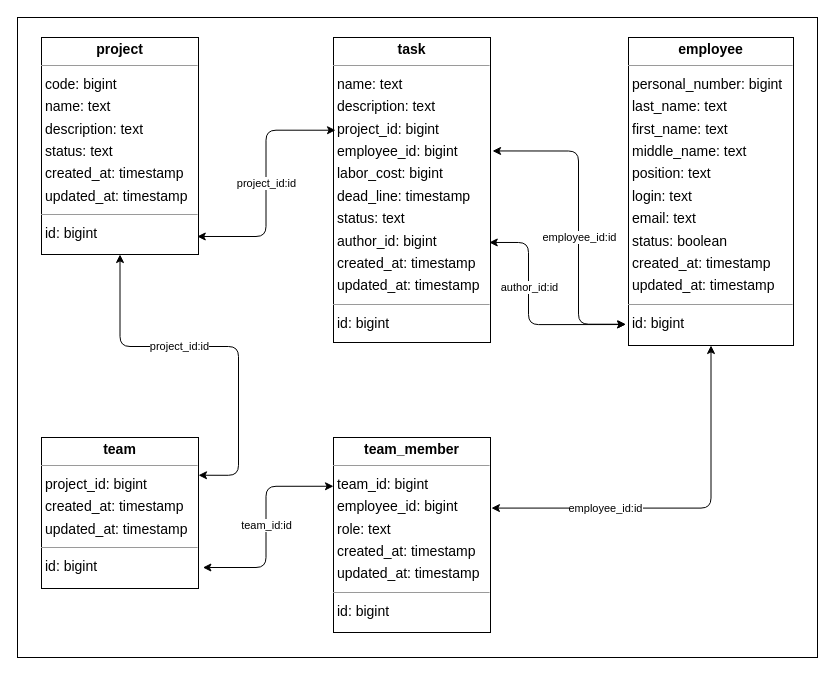
PavelNaymovets/project_management_system keeps this draw.io diagram as doc/arch/database/drawio/physical diagram.drawio. Above is the earlier version. Source tidied: cells renumbered, new cells numbered last; positions are measured from the earlier drawing's top-left corner, leaving out a move shared by most shapes. Both pictures are drawn from the tidied source at 100%, with x=0, y=0 at pixel (17, 17).
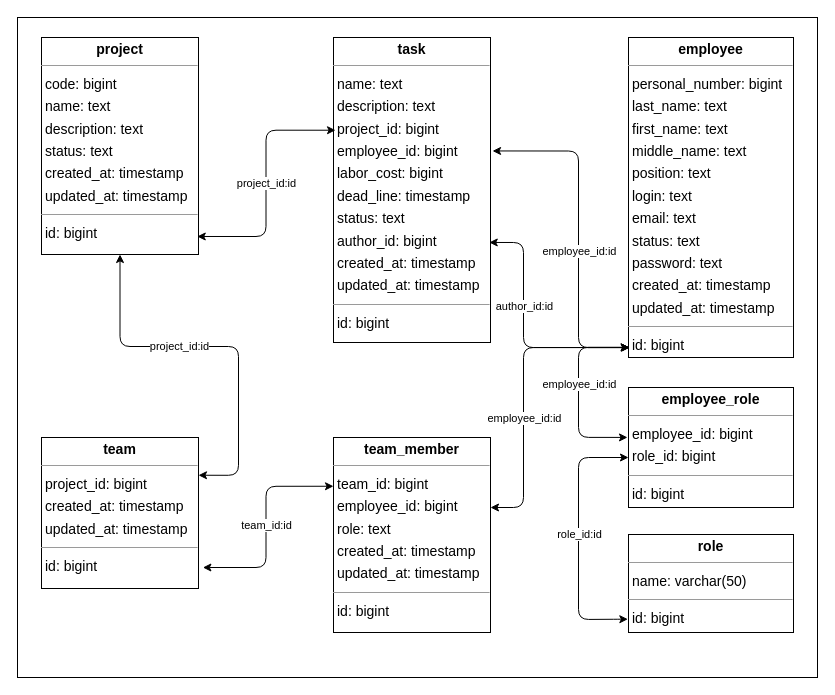
The same page after the edit.

The change refers to these unchanged cells:
```xml
<mxCell id="5" value="&lt;p style=&quot;margin:0px;margin-top:4px;text-align:center;&quot;&gt;&lt;b&gt;task&lt;/b&gt;&lt;/p&gt;&lt;hr size=&quot;1&quot;/&gt;&lt;p style=&quot;margin:0 0 0 4px;line-height:1.6;&quot;&gt; name: text&lt;br/&gt; description: text&lt;br/&gt; project_id: bigint&lt;br/&gt; employee_id: bigint&lt;br/&gt; labor_cost: bigint&lt;br/&gt; dead_line: timestamp&lt;br/&gt; status: text&lt;br/&gt; author_id: bigint&lt;br/&gt; created_at: timestamp&lt;br/&gt; updated_at: timestamp&lt;/p&gt;&lt;hr size=&quot;1&quot;/&gt;&lt;p style=&quot;margin:0 0 0 4px;line-height:1.6;&quot;&gt; id: bigint&lt;/p&gt;" style="verticalAlign=top;align=left;overflow=fill;fontSize=14;fontFamily=Helvetica;html=1;rounded=0;shadow=0;comic=0;labelBackgroundColor=none;strokeWidth=1;" parent="1" vertex="1">
  <mxGeometry x="316" y="20" width="157" height="305" as="geometry" />
</mxCell>
<mxCell id="7" value="&lt;p style=&quot;margin:0px;margin-top:4px;text-align:center;&quot;&gt;&lt;b&gt;team_member&lt;/b&gt;&lt;/p&gt;&lt;hr size=&quot;1&quot;/&gt;&lt;p style=&quot;margin:0 0 0 4px;line-height:1.6;&quot;&gt; team_id: bigint&lt;br/&gt; employee_id: bigint&lt;br/&gt; role: text&lt;br/&gt; created_at: timestamp&lt;br/&gt; updated_at: timestamp&lt;/p&gt;&lt;hr size=&quot;1&quot;/&gt;&lt;p style=&quot;margin:0 0 0 4px;line-height:1.6;&quot;&gt; id: bigint&lt;/p&gt;" style="verticalAlign=top;align=left;overflow=fill;fontSize=14;fontFamily=Helvetica;html=1;rounded=0;shadow=0;comic=0;labelBackgroundColor=none;strokeWidth=1;" parent="1" vertex="1">
  <mxGeometry x="316" y="420" width="157" height="195" as="geometry" />
</mxCell>
```

The edit, as a diff of the source:
```diff
@@
     <mxCell id="2" style="rounded=0;whiteSpace=wrap;html=1;" parent="1" vertex="1">
-      <mxGeometry width="800" height="640" as="geometry" />
+      <mxGeometry width="800" height="660" as="geometry" />
     </mxCell>
-    <mxCell id="3" value="&lt;p style=&quot;margin:0px;margin-top:4px;text-align:center;&quot;&gt;&lt;b&gt;employee&lt;/b&gt;&lt;/p&gt;&lt;hr size=&quot;1&quot;/&gt;&lt;p style=&quot;margin:0 0 0 4px;line-height:1.6;&quot;&gt; personal_number: bigint&lt;br/&gt; last_name: text&lt;br/&gt; first_name: text&lt;br/&gt; middle_name: text&lt;br/&gt; position: text&lt;br/&gt; login: text&lt;br/&gt; email: text&lt;br/&gt; status: boolean&lt;br/&gt; created_at: timestamp&lt;br/&gt; updated_at: timestamp&lt;/p&gt;&lt;hr size=&quot;1&quot;/&gt;&lt;p style=&quot;margin:0 0 0 4px;line-height:1.6;&quot;&gt; id: bigint&lt;/p&gt;" style="verticalAlign=top;align=left;overflow=fill;fontSize=14;fontFamily=Helvetica;html=1;rounded=0;shadow=0;comic=0;labelBackgroundColor=none;strokeWidth=1;" parent="1" vertex="1">
-      <mxGeometry x="611" y="20" width="165" height="308" as="geometry" />
+    <mxCell id="3" value="&lt;p style=&quot;margin:0px;margin-top:4px;text-align:center;&quot;&gt;&lt;b&gt;employee&lt;/b&gt;&lt;/p&gt;&lt;hr size=&quot;1&quot;&gt;&lt;p style=&quot;margin:0 0 0 4px;line-height:1.6;&quot;&gt; personal_number: bigint&lt;br&gt; last_name: text&lt;br&gt; first_name: text&lt;br&gt; middle_name: text&lt;br&gt; position: text&lt;br&gt; login: text&lt;br&gt; email: text&lt;br&gt; status: text&lt;/p&gt;&lt;p style=&quot;margin:0 0 0 4px;line-height:1.6;&quot;&gt;password: text&lt;br&gt; created_at: timestamp&lt;br&gt; updated_at: timestamp&lt;/p&gt;&lt;hr size=&quot;1&quot;&gt;&lt;p style=&quot;margin:0 0 0 4px;line-height:1.6;&quot;&gt; id: bigint&lt;/p&gt;" style="verticalAlign=top;align=left;overflow=fill;fontSize=14;fontFamily=Helvetica;html=1;rounded=0;shadow=0;comic=0;labelBackgroundColor=none;strokeWidth=1;" parent="1" vertex="1">
+      <mxGeometry x="611" y="20" width="165" height="320" as="geometry" />
     </mxCell>
@@
-    <mxCell id="10" style="endArrow=classic;html=1;rounded=1;startArrow=classic;startFill=1;edgeStyle=orthogonalEdgeStyle;entryX=-0.016;entryY=0.931;entryDx=0;entryDy=0;entryPerimeter=0;exitX=1.013;exitY=0.372;exitDx=0;exitDy=0;exitPerimeter=0;" parent="1" edge="1" source="5" target="3">
+    <mxCell id="10" style="endArrow=classic;html=1;rounded=1;startArrow=classic;startFill=1;edgeStyle=orthogonalEdgeStyle;exitX=1.013;exitY=0.372;exitDx=0;exitDy=0;exitPerimeter=0;entryX=0.007;entryY=0.969;entryDx=0;entryDy=0;entryPerimeter=0;" parent="1" edge="1" source="5" target="3">
       <mxGeometry relative="1" as="geometry">
         <Array as="points">
           <mxPoint x="561" y="134" />
-          <mxPoint x="561" y="307" />
+          <mxPoint x="561" y="330" />
         </Array>
       </mxGeometry>
     </mxCell>
@@
-    <mxCell id="12" style="endArrow=classic;html=1;rounded=1;startArrow=classic;startFill=1;edgeStyle=orthogonalEdgeStyle;exitX=0.992;exitY=0.672;exitDx=0;exitDy=0;exitPerimeter=0;entryX=-0.018;entryY=0.932;entryDx=0;entryDy=0;entryPerimeter=0;" parent="1" edge="1" source="5" target="3">
+    <mxCell id="12" style="endArrow=classic;html=1;rounded=1;startArrow=classic;startFill=1;edgeStyle=orthogonalEdgeStyle;exitX=0.992;exitY=0.672;exitDx=0;exitDy=0;exitPerimeter=0;entryX=0.007;entryY=0.969;entryDx=0;entryDy=0;entryPerimeter=0;" parent="1" edge="1" source="5" target="3">
       <mxGeometry relative="1" as="geometry">
         <Array as="points">
-          <mxPoint x="511" y="225" />
-          <mxPoint x="511" y="307" />
+          <mxPoint x="506" y="225" />
+          <mxPoint x="506" y="330" />
         </Array>
       </mxGeometry>
     </mxCell>
@@
-    <mxCell id="14" style="endArrow=classic;html=1;rounded=1;startArrow=classic;startFill=1;edgeStyle=orthogonalEdgeStyle;exitX=1.006;exitY=0.362;exitDx=0;exitDy=0;exitPerimeter=0;entryX=0.5;entryY=1;entryDx=0;entryDy=0;" parent="1" edge="1" source="7" target="3">
-      <mxGeometry relative="1" as="geometry" />
-    </mxCell>
-    <mxCell id="15" value="employee_id:id" style="edgeLabel;html=1;align=center;verticalAlign=middle;" parent="14" vertex="1">
-      <mxGeometry relative="1" as="geometry">
-        <mxPoint x="-77" as="offset" />
-      </mxGeometry>
-    </mxCell>
@@
+    <mxCell id="20" value="&lt;p style=&quot;margin:0px;margin-top:4px;text-align:center;&quot;&gt;&lt;b&gt;employee_role&lt;/b&gt;&lt;/p&gt;&lt;hr size=&quot;1&quot;&gt;&lt;p style=&quot;margin:0 0 0 4px;line-height:1.6;&quot;&gt;employee_id: bigint&lt;br&gt;&lt;/p&gt;&lt;p style=&quot;margin:0 0 0 4px;line-height:1.6;&quot;&gt;role_id: bigint&lt;/p&gt;&lt;hr size=&quot;1&quot;&gt;&lt;p style=&quot;margin:0 0 0 4px;line-height:1.6;&quot;&gt; id: bigint&lt;/p&gt;" style="verticalAlign=top;align=left;overflow=fill;fontSize=14;fontFamily=Helvetica;html=1;rounded=0;shadow=0;comic=0;labelBackgroundColor=none;strokeWidth=1;" parent="1" vertex="1">
+      <mxGeometry x="611" y="370" width="165" height="120" as="geometry" />
+    </mxCell>
+    <mxCell id="21" value="&lt;p style=&quot;margin:0px;margin-top:4px;text-align:center;&quot;&gt;&lt;b&gt;role&lt;/b&gt;&lt;/p&gt;&lt;hr size=&quot;1&quot;&gt;&lt;p style=&quot;margin:0 0 0 4px;line-height:1.6;&quot;&gt;name: varchar(50)&lt;br&gt;&lt;/p&gt;&lt;hr size=&quot;1&quot;&gt;&lt;p style=&quot;margin:0 0 0 4px;line-height:1.6;&quot;&gt; id: bigint&lt;/p&gt;" style="verticalAlign=top;align=left;overflow=fill;fontSize=14;fontFamily=Helvetica;html=1;rounded=0;shadow=0;comic=0;labelBackgroundColor=none;strokeWidth=1;" parent="1" vertex="1">
+      <mxGeometry x="611" y="517" width="165" height="98" as="geometry" />
+    </mxCell>
+    <mxCell id="22" style="endArrow=classic;html=1;rounded=1;startArrow=classic;startFill=1;edgeStyle=orthogonalEdgeStyle;" parent="1" edge="1">
+      <mxGeometry relative="1" as="geometry">
+        <mxPoint x="473" y="490" as="sourcePoint" />
+        <mxPoint x="612" y="330" as="targetPoint" />
+        <Array as="points">
+          <mxPoint x="506" y="490" />
+          <mxPoint x="506" y="330" />
+        </Array>
+      </mxGeometry>
+    </mxCell>
+    <mxCell id="23" value="employee_id:id" style="edgeLabel;html=1;align=center;verticalAlign=middle;" parent="22" vertex="1">
+      <mxGeometry relative="1" as="geometry">
+        <mxPoint y="27" as="offset" />
+      </mxGeometry>
+    </mxCell>
+    <mxCell id="24" style="endArrow=classic;html=1;rounded=1;edgeStyle=orthogonalEdgeStyle;exitX=-0.006;exitY=0.416;exitDx=0;exitDy=0;exitPerimeter=0;startArrow=classic;startFill=1;entryX=0.003;entryY=0.968;entryDx=0;entryDy=0;entryPerimeter=0;" parent="1" edge="1" source="20" target="3">
+      <mxGeometry relative="1" as="geometry">
+        <Array as="points">
+          <mxPoint x="561" y="420" />
+          <mxPoint x="561" y="330" />
+        </Array>
+      </mxGeometry>
+    </mxCell>
+    <mxCell id="25" value="employee_id:id" style="edgeLabel;html=1;align=center;verticalAlign=middle;" parent="24" vertex="1">
+      <mxGeometry relative="1" as="geometry">
+        <mxPoint y="-7" as="offset" />
+      </mxGeometry>
+    </mxCell>
+    <mxCell id="26" style="endArrow=classic;html=1;rounded=1;edgeStyle=orthogonalEdgeStyle;exitX=-0.004;exitY=0.864;exitDx=0;exitDy=0;exitPerimeter=0;startArrow=classic;startFill=1;entryX=0.003;entryY=0.968;entryDx=0;entryDy=0;entryPerimeter=0;" parent="1" edge="1" source="21">
+      <mxGeometry relative="1" as="geometry">
+        <mxPoint x="611" y="440" as="targetPoint" />
+        <Array as="points">
+          <mxPoint x="606" y="602" />
+          <mxPoint x="561" y="602" />
+          <mxPoint x="561" y="440" />
+        </Array>
+      </mxGeometry>
+    </mxCell>
+    <mxCell id="27" value="role_id:id" style="edgeLabel;html=1;align=center;verticalAlign=middle;" parent="26" vertex="1">
+      <mxGeometry relative="1" as="geometry">
+        <mxPoint y="-4" as="offset" />
+      </mxGeometry>
+    </mxCell>
```
